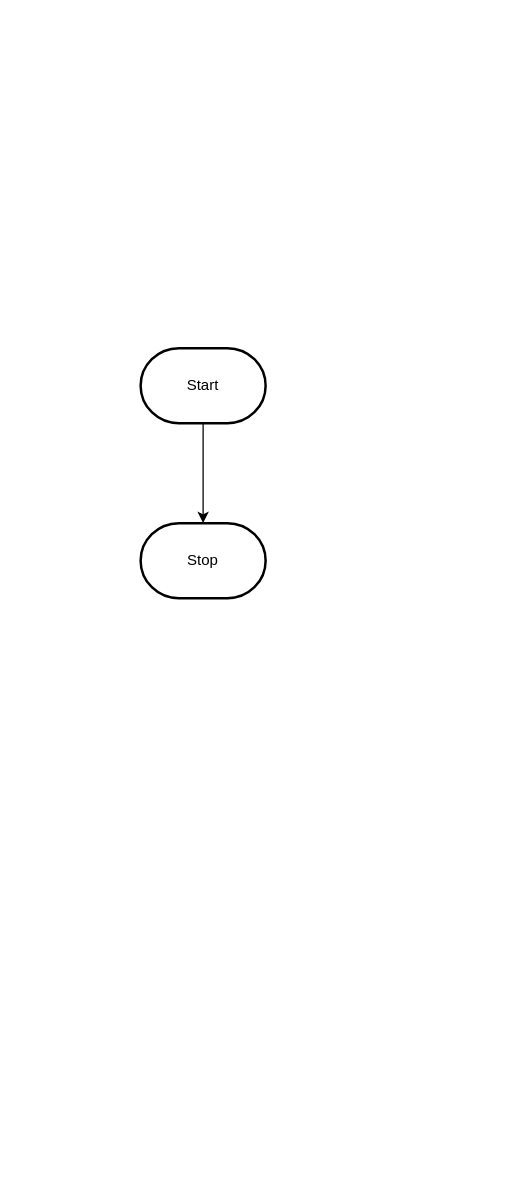
Earlier version of the draw.io diagram design/flowchart.drawio (MTHS-ICS2O-2-2022/ICS2O-Unit-5-02-Lucas-Osmond). Source tidied: cells renumbered, new cells numbered last; positions are measured from the earlier drawing's top-left corner, leaving out a move shared by most shapes. Both pictures are drawn from the tidied source at 125%, with x=0, y=0 at pixel (140, 348).
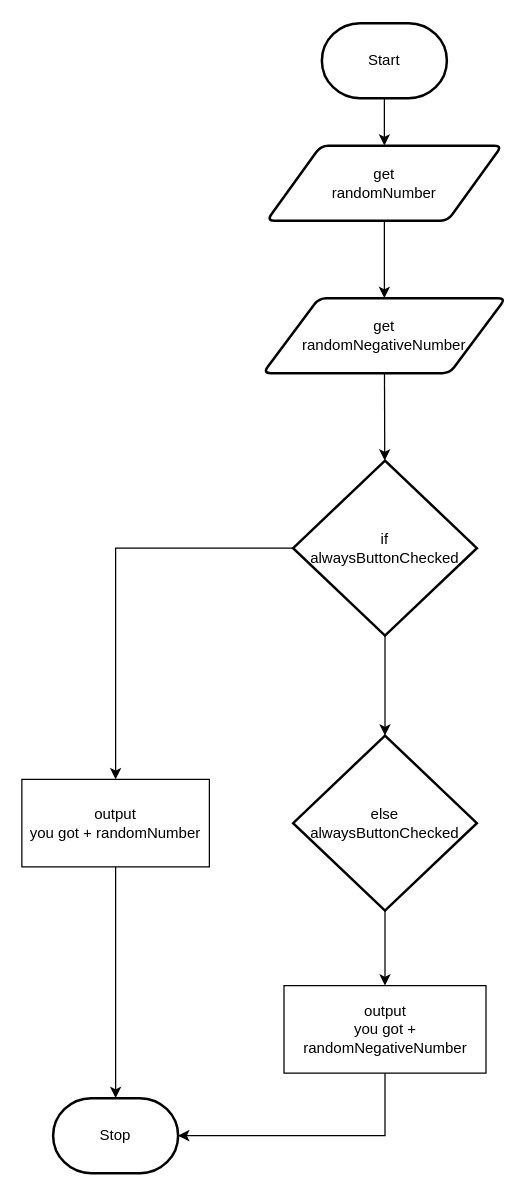
Above is the later version.

Change to the diagram source:
```diff
@@
-    <mxCell id="2" style="edgeStyle=orthogonalEdgeStyle;html=1;rounded=0;" parent="1" edge="1" source="3" target="4">
-      <mxGeometry relative="1" as="geometry" />
-    </mxCell>
+    <mxCell id="5" style="edgeStyle=none;html=1;entryX=0.5;entryY=0;entryDx=0;entryDy=0;" parent="1" edge="1" source="3" target="2">
+      <mxGeometry relative="1" as="geometry" />
+    </mxCell>
     <mxCell id="3" value="Start" style="strokeWidth=2;html=1;shape=mxgraph.flowchart.terminator;whiteSpace=wrap;" parent="1" vertex="1">
-      <mxGeometry width="100" height="60" as="geometry" />
+      <mxGeometry x="145" y="-260" width="100" height="60" as="geometry" />
     </mxCell>
     <mxCell id="4" value="Stop" style="strokeWidth=2;html=1;shape=mxgraph.flowchart.terminator;whiteSpace=wrap;" parent="1" vertex="1">
-      <mxGeometry y="140" width="100" height="60" as="geometry" />
+      <mxGeometry x="-70" y="600" width="100" height="60" as="geometry" />
     </mxCell>
+    <mxCell id="6" style="edgeStyle=none;html=1;" parent="1" edge="1" source="2" target="8">
+      <mxGeometry relative="1" as="geometry" />
+    </mxCell>
+    <mxCell id="2" value="get&lt;br&gt;randomNumber" style="shape=parallelogram;html=1;strokeWidth=2;perimeter=parallelogramPerimeter;whiteSpace=wrap;rounded=1;arcSize=12;size=0.23;" parent="1" vertex="1">
+      <mxGeometry x="101" y="-162" width="188" height="60" as="geometry" />
+    </mxCell>
+    <mxCell id="7" style="edgeStyle=none;html=1;" parent="1" edge="1" source="8" target="11">
+      <mxGeometry relative="1" as="geometry" />
+    </mxCell>
+    <mxCell id="8" value="get&lt;br&gt;randomNegativeNumber" style="shape=parallelogram;html=1;strokeWidth=2;perimeter=parallelogramPerimeter;whiteSpace=wrap;rounded=1;arcSize=12;size=0.23;" parent="1" vertex="1">
+      <mxGeometry x="98" y="-40" width="194" height="60" as="geometry" />
+    </mxCell>
+    <mxCell id="9" style="edgeStyle=none;html=1;" parent="1" edge="1" source="11" target="13">
+      <mxGeometry relative="1" as="geometry" />
+    </mxCell>
+    <mxCell id="10" style="edgeStyle=orthogonalEdgeStyle;html=1;rounded=0;entryX=0.5;entryY=0;entryDx=0;entryDy=0;" parent="1" edge="1" source="11" target="15">
+      <mxGeometry relative="1" as="geometry">
+        <Array as="points">
+          <mxPoint x="-20" y="160" />
+        </Array>
+      </mxGeometry>
+    </mxCell>
+    <mxCell id="11" value="if&lt;br&gt;alwaysButtonChecked" style="strokeWidth=2;html=1;shape=mxgraph.flowchart.decision;whiteSpace=wrap;" parent="1" vertex="1">
+      <mxGeometry x="122" y="90" width="147" height="140" as="geometry" />
+    </mxCell>
+    <mxCell id="12" style="edgeStyle=orthogonalEdgeStyle;rounded=0;html=1;entryX=0.5;entryY=0;entryDx=0;entryDy=0;" parent="1" edge="1" source="13" target="17">
+      <mxGeometry relative="1" as="geometry" />
+    </mxCell>
+    <mxCell id="13" value="else&lt;br&gt;alwaysButtonChecked" style="strokeWidth=2;html=1;shape=mxgraph.flowchart.decision;whiteSpace=wrap;" parent="1" vertex="1">
+      <mxGeometry x="122" y="310" width="147" height="140" as="geometry" />
+    </mxCell>
+    <mxCell id="14" style="edgeStyle=orthogonalEdgeStyle;rounded=0;html=1;" parent="1" edge="1" source="15" target="4">
+      <mxGeometry relative="1" as="geometry" />
+    </mxCell>
+    <mxCell id="15" value="output&lt;br&gt;you got + randomNumber" style="rounded=0;whiteSpace=wrap;html=1;" parent="1" vertex="1">
+      <mxGeometry x="-95" y="345" width="150" height="70" as="geometry" />
+    </mxCell>
+    <mxCell id="16" style="edgeStyle=orthogonalEdgeStyle;rounded=0;html=1;entryX=1;entryY=0.5;entryDx=0;entryDy=0;entryPerimeter=0;" parent="1" edge="1" source="17" target="4">
+      <mxGeometry relative="1" as="geometry">
+        <Array as="points">
+          <mxPoint x="196" y="630" />
+        </Array>
+      </mxGeometry>
+    </mxCell>
+    <mxCell id="17" value="output&lt;br&gt;you got +&lt;br&gt;randomNegativeNumber" style="rounded=0;whiteSpace=wrap;html=1;" parent="1" vertex="1">
+      <mxGeometry x="114.7" y="510" width="161.6" height="70" as="geometry" />
+    </mxCell>
```
